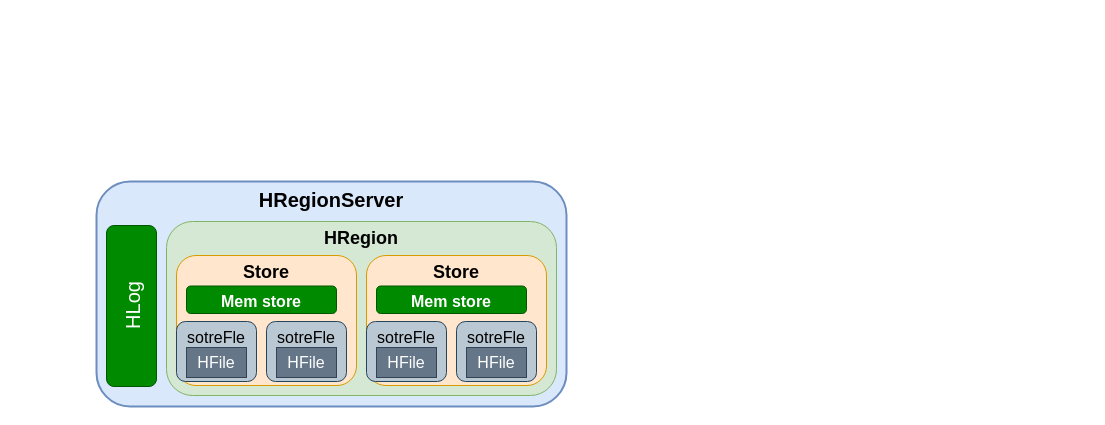
Before: HBase.drawio in starzy1990/diagrams, a draw.io diagram. Source tidied: cells renumbered, new cells numbered last; positions are measured from the earlier drawing's top-left corner, leaving out a move shared by most shapes. Both pictures are drawn from the tidied source at 100%, with x=0, y=0 at pixel (96, 181).
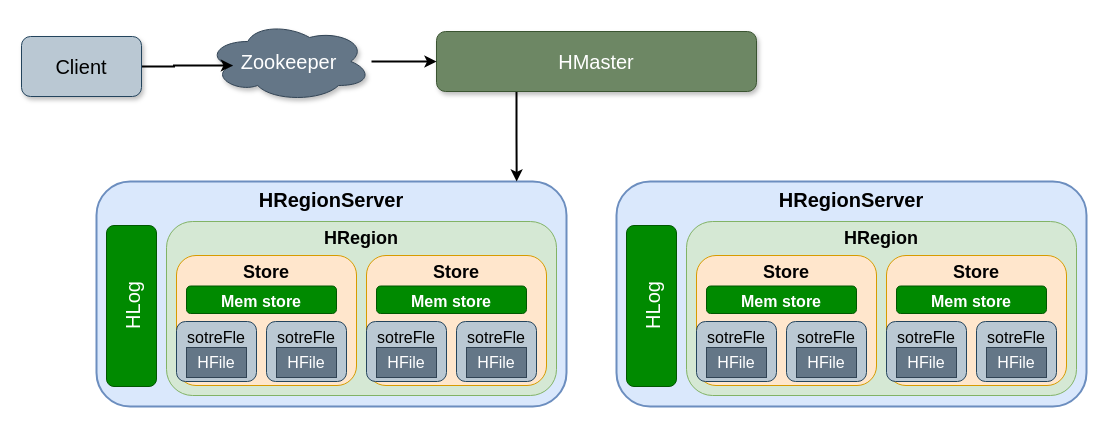
After the change.

Unchanged cells that the change refers to:
```xml
<mxCell id="2" value="HRegionServer" style="rounded=1;whiteSpace=wrap;html=1;strokeWidth=2;fillColor=#dae8fc;strokeColor=#6c8ebf;fontSize=20;verticalAlign=top;fontStyle=1;" parent="1" vertex="1">
  <mxGeometry width="470" height="225" as="geometry" />
</mxCell>
```

Change to the diagram source:
```diff
@@
+    <mxCell id="17" value="HRegionServer" style="rounded=1;whiteSpace=wrap;html=1;strokeWidth=2;fillColor=#dae8fc;strokeColor=#6c8ebf;fontSize=20;verticalAlign=top;fontStyle=1;" parent="1" vertex="1">
+      <mxGeometry x="520" width="470" height="225" as="geometry" />
+    </mxCell>
+    <mxCell id="18" value="HLog" style="rounded=1;whiteSpace=wrap;html=1;fillColor=#008a00;fontColor=#ffffff;strokeColor=#005700;horizontal=0;fontSize=20;" parent="1" vertex="1">
+      <mxGeometry x="530" y="44" width="50" height="161" as="geometry" />
+    </mxCell>
+    <mxCell id="19" value="HRegion" style="rounded=1;whiteSpace=wrap;html=1;fontSize=18;fillColor=#d5e8d4;strokeColor=#82b366;verticalAlign=top;fontStyle=1;" parent="1" vertex="1">
+      <mxGeometry x="590" y="40" width="390" height="174" as="geometry" />
+    </mxCell>
+    <mxCell id="20" value="Store" style="rounded=1;whiteSpace=wrap;html=1;fontSize=18;fillColor=#ffe6cc;strokeColor=#d79b00;verticalAlign=top;fontStyle=1;" parent="1" vertex="1">
+      <mxGeometry x="600" y="74" width="180" height="130" as="geometry" />
+    </mxCell>
+    <mxCell id="21" value="&lt;font style=&quot;font-size: 16px;&quot;&gt;Mem store&lt;/font&gt;" style="rounded=1;whiteSpace=wrap;html=1;fontSize=24;fontStyle=1;fillColor=#008a00;fontColor=#ffffff;strokeColor=#005700;" parent="1" vertex="1">
+      <mxGeometry x="610" y="104.5" width="150" height="27.5" as="geometry" />
+    </mxCell>
+    <mxCell id="22" value="sotreFle" style="rounded=1;whiteSpace=wrap;html=1;fontSize=16;verticalAlign=top;fillColor=#bac8d3;strokeColor=#23445d;" parent="1" vertex="1">
+      <mxGeometry x="600" y="140" width="80" height="60" as="geometry" />
+    </mxCell>
+    <mxCell id="23" value="HFile" style="rounded=0;whiteSpace=wrap;html=1;fontSize=16;fillColor=#647687;strokeColor=#314354;fontColor=#ffffff;" parent="1" vertex="1">
+      <mxGeometry x="610" y="166" width="60" height="30" as="geometry" />
+    </mxCell>
+    <mxCell id="24" value="sotreFle" style="rounded=1;whiteSpace=wrap;html=1;fontSize=16;verticalAlign=top;fillColor=#bac8d3;strokeColor=#23445d;" parent="1" vertex="1">
+      <mxGeometry x="690" y="140" width="80" height="60" as="geometry" />
+    </mxCell>
+    <mxCell id="25" value="HFile" style="rounded=0;whiteSpace=wrap;html=1;fontSize=16;fillColor=#647687;strokeColor=#314354;fontColor=#ffffff;" parent="1" vertex="1">
+      <mxGeometry x="700" y="166" width="60" height="30" as="geometry" />
+    </mxCell>
+    <mxCell id="26" value="Store" style="rounded=1;whiteSpace=wrap;html=1;fontSize=18;fillColor=#ffe6cc;strokeColor=#d79b00;verticalAlign=top;fontStyle=1;" parent="1" vertex="1">
+      <mxGeometry x="790" y="74" width="180" height="130" as="geometry" />
+    </mxCell>
+    <mxCell id="27" value="&lt;font style=&quot;font-size: 16px;&quot;&gt;Mem store&lt;/font&gt;" style="rounded=1;whiteSpace=wrap;html=1;fontSize=24;fontStyle=1;fillColor=#008a00;fontColor=#ffffff;strokeColor=#005700;" parent="1" vertex="1">
+      <mxGeometry x="800" y="104.5" width="150" height="27.5" as="geometry" />
+    </mxCell>
+    <mxCell id="28" value="sotreFle" style="rounded=1;whiteSpace=wrap;html=1;fontSize=16;verticalAlign=top;fillColor=#bac8d3;strokeColor=#23445d;" parent="1" vertex="1">
+      <mxGeometry x="790" y="140" width="80" height="60" as="geometry" />
+    </mxCell>
+    <mxCell id="29" value="HFile" style="rounded=0;whiteSpace=wrap;html=1;fontSize=16;fillColor=#647687;strokeColor=#314354;fontColor=#ffffff;" parent="1" vertex="1">
+      <mxGeometry x="800" y="166" width="60" height="30" as="geometry" />
+    </mxCell>
+    <mxCell id="30" value="sotreFle" style="rounded=1;whiteSpace=wrap;html=1;fontSize=16;verticalAlign=top;fillColor=#bac8d3;strokeColor=#23445d;" parent="1" vertex="1">
+      <mxGeometry x="880" y="140" width="80" height="60" as="geometry" />
+    </mxCell>
+    <mxCell id="31" value="HFile" style="rounded=0;whiteSpace=wrap;html=1;fontSize=16;fillColor=#647687;strokeColor=#314354;fontColor=#ffffff;" parent="1" vertex="1">
+      <mxGeometry x="890" y="166" width="60" height="30" as="geometry" />
+    </mxCell>
+    <mxCell id="32" style="edgeStyle=orthogonalEdgeStyle;rounded=0;jettySize=auto;html=1;entryX=0.894;entryY=0;entryDx=0;entryDy=0;strokeWidth=2;fontSize=20;exitX=0.25;exitY=1;exitDx=0;exitDy=0;entryPerimeter=0;" parent="1" edge="1" source="33" target="2">
+      <mxGeometry relative="1" as="geometry" />
+    </mxCell>
+    <mxCell id="33" value="HMaster" style="rounded=1;whiteSpace=wrap;html=1;fontSize=20;fillColor=#6d8764;fontColor=#ffffff;strokeColor=#3A5431;shadow=1;" parent="1" vertex="1">
+      <mxGeometry x="340" y="-150" width="320" height="60" as="geometry" />
+    </mxCell>
+    <mxCell id="34" style="edgeStyle=orthogonalEdgeStyle;rounded=0;jettySize=auto;html=1;entryX=0;entryY=0.5;entryDx=0;entryDy=0;strokeWidth=2;fontSize=20;" parent="1" edge="1" source="35" target="33">
+      <mxGeometry relative="1" as="geometry" />
+    </mxCell>
+    <mxCell id="35" value="Zookeeper" style="ellipse;shape=cloud;whiteSpace=wrap;html=1;rounded=1;shadow=1;fontSize=20;fillColor=#647687;fontColor=#ffffff;strokeColor=#314354;" parent="1" vertex="1">
+      <mxGeometry x="110" y="-160" width="165" height="80" as="geometry" />
+    </mxCell>
+    <mxCell id="36" style="edgeStyle=orthogonalEdgeStyle;rounded=0;jettySize=auto;html=1;entryX=0.16;entryY=0.55;entryDx=0;entryDy=0;entryPerimeter=0;fontSize=20;strokeWidth=2;" parent="1" edge="1" source="37" target="35">
+      <mxGeometry relative="1" as="geometry" />
+    </mxCell>
+    <mxCell id="37" value="Client" style="rounded=1;whiteSpace=wrap;html=1;shadow=1;fontSize=20;fillColor=#bac8d3;strokeColor=#23445d;" parent="1" vertex="1">
+      <mxGeometry x="-75" y="-145" width="120" height="60" as="geometry" />
+    </mxCell>
```
